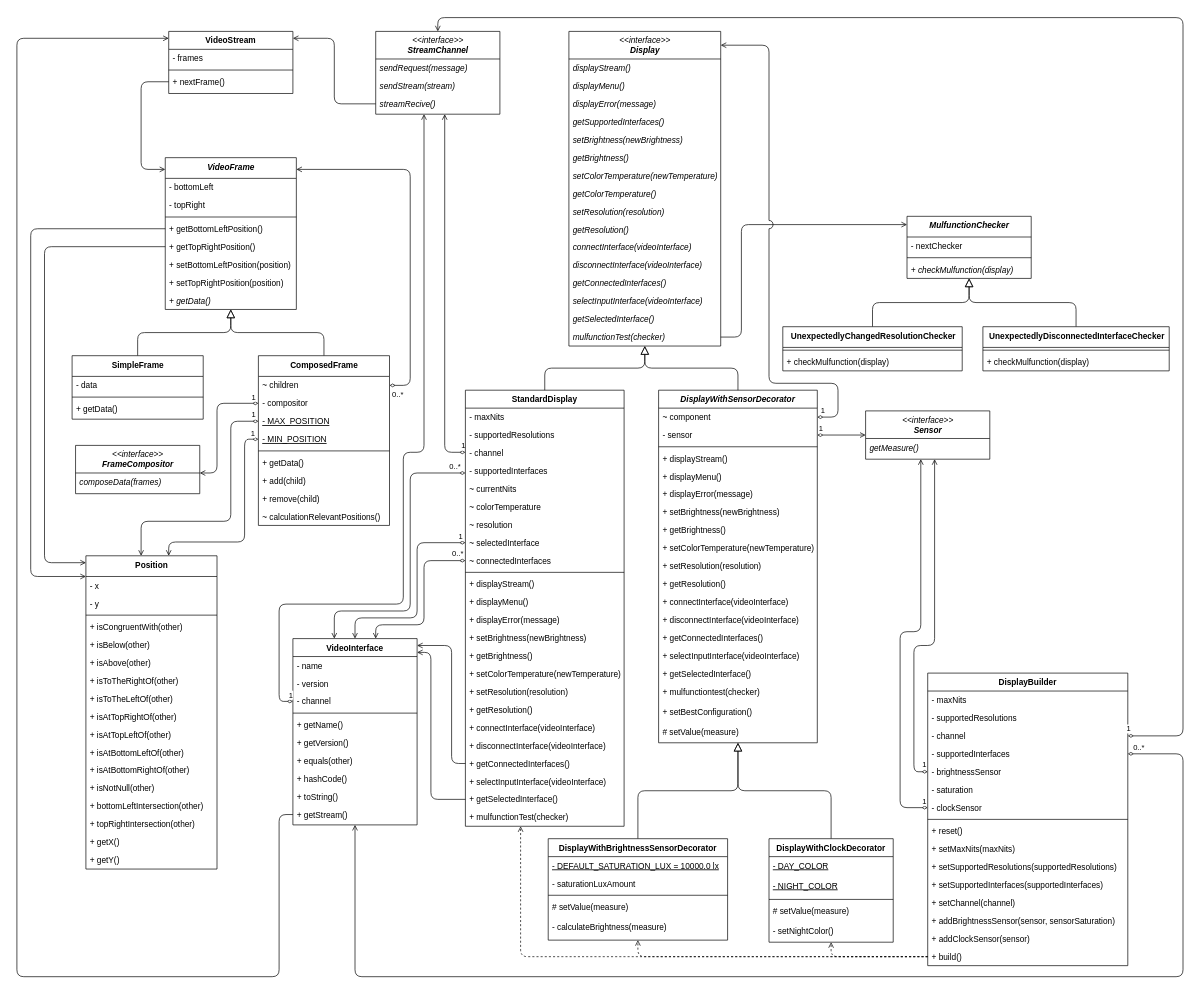
Before: page "NoTypes" (1 of 3) of relazione/diagramma/ClassDiagramm.drawio in dichohnf/mp_2023-24, a draw.io diagram. Source tidied: cells renumbered, new cells numbered last; positions are measured from the earlier drawing's top-left corner, leaving out a move shared by most shapes. Both pictures are drawn from the tidied source at 69%, with x=0, y=0 at pixel (17, 17).
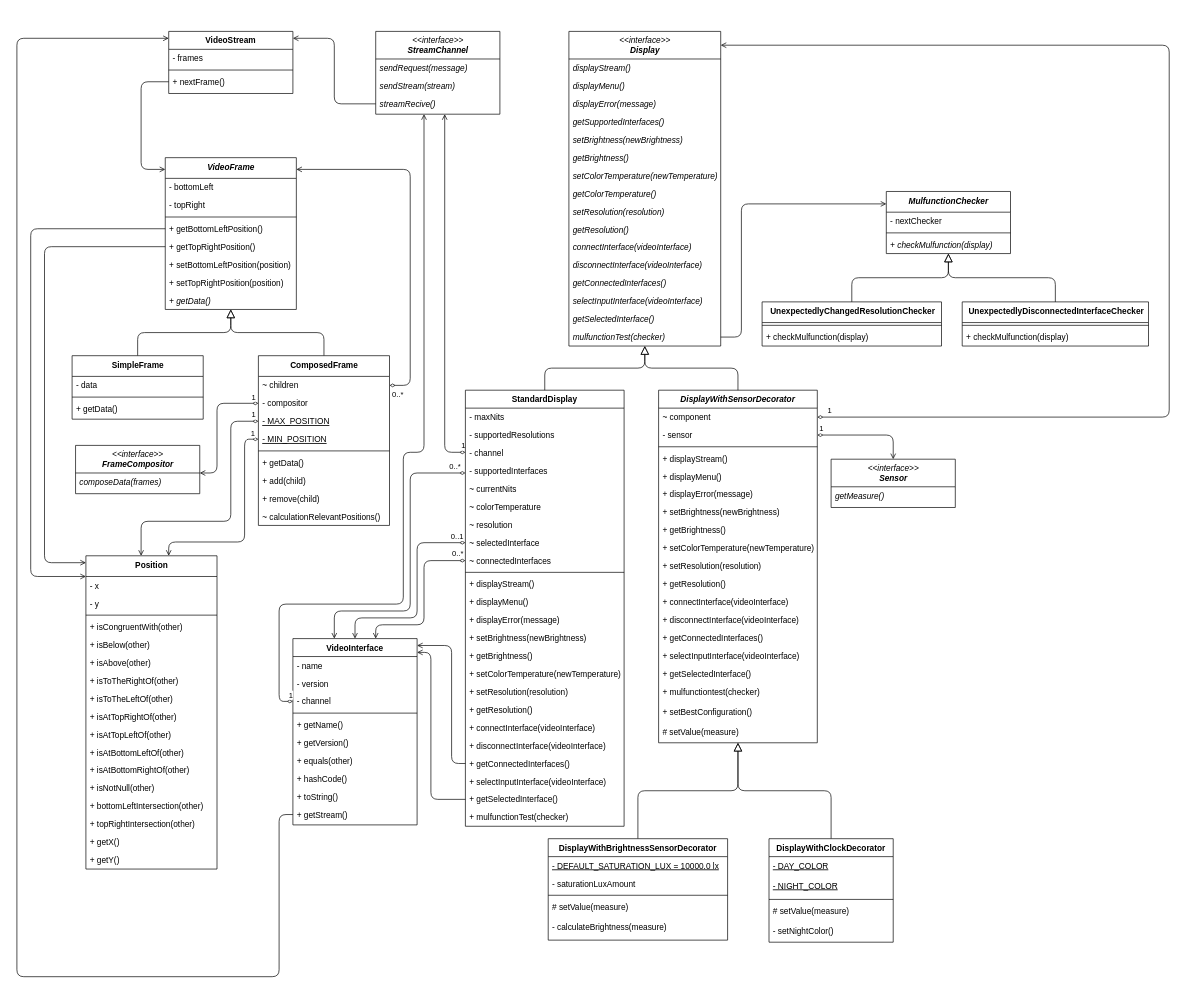
After the change.

Unchanged cells that the change refers to:
```xml
<mxCell id="4" value="&lt;span style=&quot;font-weight: normal;&quot;&gt;&amp;lt;&amp;lt;interface&amp;gt;&amp;gt;&lt;/span&gt;&lt;br&gt;Display" style="swimlane;fontStyle=3;align=center;verticalAlign=top;horizontal=1;startSize=40;rounded=0;shadow=0;strokeWidth=1;html=1;" parent="1" vertex="1">
  <mxGeometry x="800" y="20" width="220" height="456" as="geometry" />
</mxCell>
<mxCell id="20" value="mulfunctionTest(checker)" style="text;align=left;verticalAlign=top;spacingLeft=4;spacingRight=4;overflow=hidden;points=[[0,0.5],[1,0.5]];portConstraint=eastwest;fontStyle=2;" parent="4" vertex="1">
  <mxGeometry y="430" width="220" height="26" as="geometry" />
</mxCell>
<mxCell id="21" value="StandardDisplay" style="swimlane;fontStyle=1;align=center;verticalAlign=top;horizontal=1;startSize=26;rounded=0;shadow=0;strokeWidth=1;" parent="1" vertex="1">
  <mxGeometry x="650" y="540" width="230" height="632" as="geometry" />
</mxCell>
<mxCell id="48" value="~ component" style="text;align=left;verticalAlign=top;spacingLeft=4;spacingRight=4;overflow=hidden;points=[[0,0.5],[1,0.5]];portConstraint=eastwest;" parent="47" vertex="1">
  <mxGeometry y="26" width="230" height="26" as="geometry" />
</mxCell>
<mxCell id="70" value="DisplayWithBrightnessSensorDecorator" style="swimlane;fontStyle=1;align=center;verticalAlign=top;horizontal=1;startSize=26;rounded=0;shadow=0;strokeWidth=1;" parent="1" vertex="1">
  <mxGeometry x="770" y="1190" width="260" height="147" as="geometry" />
</mxCell>
<mxCell id="77" value="DisplayWithClockDecorator" style="swimlane;fontStyle=1;align=center;verticalAlign=top;horizontal=1;startSize=26;rounded=0;shadow=0;strokeWidth=1;" parent="1" vertex="1">
  <mxGeometry x="1090" y="1190" width="180" height="150" as="geometry" />
</mxCell>
<mxCell id="84" value="&lt;span style=&quot;font-weight: normal;&quot;&gt;&amp;lt;&amp;lt;interface&amp;gt;&amp;gt;&lt;/span&gt;&lt;br&gt;StreamChannel" style="swimlane;fontStyle=3;align=center;verticalAlign=top;horizontal=1;startSize=40;rounded=0;shadow=0;strokeWidth=1;html=1;" parent="1" vertex="1">
  <mxGeometry x="520" y="20" width="180" height="120" as="geometry" />
</mxCell>
<mxCell id="114" value="VideoInterface" style="swimlane;fontStyle=1;align=center;verticalAlign=top;horizontal=1;startSize=26;rounded=0;shadow=0;strokeWidth=1;" parent="1" vertex="1">
  <mxGeometry x="400" y="900" width="180" height="270" as="geometry" />
</mxCell>
<mxCell id="139" style="edgeStyle=orthogonalEdgeStyle;shape=connector;curved=0;rounded=1;jettySize=auto;html=1;shadow=0;strokeColor=default;strokeWidth=1;align=center;verticalAlign=middle;fontFamily=Helvetica;fontSize=11;fontColor=default;labelBackgroundColor=default;elbow=vertical;startArrow=diamondThin;startFill=0;endArrow=open;endFill=0;endSize=6;" parent="1" edge="1" source="29" target="114">
  <mxGeometry relative="1" as="geometry">
    <Array as="points">
      <mxPoint x="580" y="761" />
      <mxPoint x="580" y="870" />
      <mxPoint x="490" y="870" />
    </Array>
  </mxGeometry>
</mxCell>
```

Diff of the diagram source:
```diff
@@
     <mxCell id="68" style="endArrow=open;shadow=0;strokeWidth=1;rounded=1;endFill=1;edgeStyle=orthogonalEdgeStyle;elbow=vertical;" parent="1" edge="1" source="20" target="141">
       <mxGeometry x="0.5" y="41" relative="1" as="geometry">
         <Array as="points">
           <mxPoint x="1050" y="463" />
-          <mxPoint x="1050" y="300" />
+          <mxPoint x="1050" y="270" />
         </Array>
         <mxPoint x="-40" y="32" as="offset" />
       </mxGeometry>
     </mxCell>
@@
-    <mxCell id="88" style="edgeStyle=orthogonalEdgeStyle;shape=connector;rounded=1;jettySize=auto;elbow=vertical;html=1;shadow=0;strokeColor=default;strokeWidth=1;align=center;verticalAlign=middle;fontFamily=Helvetica;fontSize=11;fontColor=default;labelBackgroundColor=default;endArrow=open;endFill=0;endSize=6;dashed=1;" parent="1" edge="1" source="107" target="77">
-      <mxGeometry relative="1" as="geometry">
-        <Array as="points">
-          <mxPoint x="1180" y="1361" />
-        </Array>
-      </mxGeometry>
-    </mxCell>
-    <mxCell id="89" style="edgeStyle=orthogonalEdgeStyle;shape=connector;rounded=1;jettySize=auto;elbow=vertical;html=1;shadow=0;strokeColor=default;strokeWidth=1;align=center;verticalAlign=middle;fontFamily=Helvetica;fontSize=11;fontColor=default;labelBackgroundColor=default;endArrow=open;endFill=0;endSize=6;dashed=1;" parent="1" edge="1" source="107" target="70">
-      <mxGeometry relative="1" as="geometry" />
-    </mxCell>
-    <mxCell id="90" style="edgeStyle=orthogonalEdgeStyle;shape=connector;rounded=1;jettySize=auto;elbow=vertical;html=1;shadow=0;strokeColor=default;strokeWidth=1;align=center;verticalAlign=middle;fontFamily=Helvetica;fontSize=11;fontColor=default;labelBackgroundColor=default;endArrow=open;endFill=0;endSize=6;dashed=1;" parent="1" edge="1" source="107" target="21">
-      <mxGeometry relative="1" as="geometry">
-        <Array as="points">
-          <mxPoint x="730" y="1361" />
-        </Array>
-      </mxGeometry>
-    </mxCell>
-    <mxCell id="91" value="DisplayBuilder" style="swimlane;fontStyle=1;align=center;verticalAlign=top;horizontal=1;startSize=26;rounded=0;shadow=0;strokeWidth=1;" parent="1" vertex="1">
-      <mxGeometry x="1320" y="950" width="290" height="424" as="geometry" />
-    </mxCell>
-    <mxCell id="92" value="- maxNits" style="text;align=left;verticalAlign=top;spacingLeft=4;spacingRight=4;overflow=hidden;" parent="91" vertex="1">
-      <mxGeometry y="26" width="290" height="26" as="geometry" />
-    </mxCell>
-    <mxCell id="93" value="- supportedResolutions" style="text;align=left;verticalAlign=top;spacingLeft=4;spacingRight=4;overflow=hidden;" parent="91" vertex="1">
-      <mxGeometry y="52" width="290" height="26" as="geometry" />
-    </mxCell>
-    <mxCell id="94" value="- channel" style="text;align=left;verticalAlign=top;spacingLeft=4;spacingRight=4;overflow=hidden;points=[[0,0.5],[1,0.5]];portConstraint=eastwest;fontStyle=0;" parent="91" vertex="1">
-      <mxGeometry y="78" width="290" height="26" as="geometry" />
-    </mxCell>
-    <mxCell id="95" value="- supportedInterfaces" style="text;align=left;verticalAlign=top;spacingLeft=4;spacingRight=4;overflow=hidden;points=[[0,0.5],[1,0.5]];portConstraint=eastwest;fontStyle=0;" parent="91" vertex="1">
-      <mxGeometry y="104" width="290" height="26" as="geometry" />
-    </mxCell>
-    <mxCell id="96" value="- brightnessSensor" style="text;align=left;verticalAlign=top;spacingLeft=4;spacingRight=4;overflow=hidden;points=[[0,0.5],[1,0.5]];portConstraint=eastwest;fontStyle=0;" parent="91" vertex="1">
-      <mxGeometry y="130" width="290" height="26" as="geometry" />
-    </mxCell>
-    <mxCell id="97" value="- saturation" style="text;align=left;verticalAlign=top;spacingLeft=4;spacingRight=4;overflow=hidden;fontStyle=0;" parent="91" vertex="1">
-      <mxGeometry y="156" width="290" height="26" as="geometry" />
-    </mxCell>
-    <mxCell id="98" value="- clockSensor" style="text;align=left;verticalAlign=top;spacingLeft=4;spacingRight=4;overflow=hidden;points=[[0,0.5],[1,0.5]];portConstraint=eastwest;fontStyle=0;" parent="91" vertex="1">
-      <mxGeometry y="182" width="290" height="26" as="geometry" />
-    </mxCell>
-    <mxCell id="99" style="line;html=1;strokeWidth=1;align=left;verticalAlign=middle;spacingTop=-1;spacingLeft=3;spacingRight=3;labelPosition=right;" parent="91" vertex="1">
-      <mxGeometry y="208" width="290" height="8" as="geometry" />
-    </mxCell>
-    <mxCell id="100" value="+ reset()" style="text;align=left;verticalAlign=top;spacingLeft=4;spacingRight=4;overflow=hidden;fontStyle=0;" parent="91" vertex="1">
-      <mxGeometry y="216" width="290" height="26" as="geometry" />
-    </mxCell>
-    <mxCell id="101" value="+ setMaxNits(maxNits)" style="text;align=left;verticalAlign=top;spacingLeft=4;spacingRight=4;overflow=hidden;fontStyle=0;" parent="91" vertex="1">
-      <mxGeometry y="242" width="290" height="26" as="geometry" />
-    </mxCell>
-    <mxCell id="102" value="+ setSupportedResolutions(supportedResolutions)" style="text;align=left;verticalAlign=top;spacingLeft=4;spacingRight=4;overflow=hidden;fontStyle=0;" parent="91" vertex="1">
-      <mxGeometry y="268" width="290" height="26" as="geometry" />
-    </mxCell>
-    <mxCell id="103" value="+ setSupportedInterfaces(supportedInterfaces)" style="text;align=left;verticalAlign=top;spacingLeft=4;spacingRight=4;overflow=hidden;fontStyle=0;" parent="91" vertex="1">
-      <mxGeometry y="294" width="290" height="26" as="geometry" />
-    </mxCell>
-    <mxCell id="104" value="+ setChannel(channel)" style="text;align=left;verticalAlign=top;spacingLeft=4;spacingRight=4;overflow=hidden;fontStyle=0;" parent="91" vertex="1">
-      <mxGeometry y="320" width="290" height="26" as="geometry" />
-    </mxCell>
-    <mxCell id="105" value="+ addBrightnessSensor(sensor, sensorSaturation)" style="text;align=left;verticalAlign=top;spacingLeft=4;spacingRight=4;overflow=hidden;fontStyle=0;" parent="91" vertex="1">
-      <mxGeometry y="346" width="290" height="26" as="geometry" />
-    </mxCell>
-    <mxCell id="106" value="+ addClockSensor(sensor)" style="text;align=left;verticalAlign=top;spacingLeft=4;spacingRight=4;overflow=hidden;fontStyle=0;" parent="91" vertex="1">
-      <mxGeometry y="372" width="290" height="26" as="geometry" />
-    </mxCell>
-    <mxCell id="107" value="+ build()" style="text;align=left;verticalAlign=top;spacingLeft=4;spacingRight=4;overflow=hidden;points=[[0,0.5],[1,0.5]];portConstraint=eastwest;fontStyle=0;" parent="91" vertex="1">
-      <mxGeometry y="398" width="290" height="26" as="geometry" />
-    </mxCell>
-    <mxCell id="108" style="edgeStyle=orthogonalEdgeStyle;shape=connector;rounded=1;jettySize=auto;elbow=vertical;html=1;shadow=0;strokeColor=default;strokeWidth=1;align=center;verticalAlign=middle;fontFamily=Helvetica;fontSize=11;fontColor=default;labelBackgroundColor=default;startArrow=diamondThin;startFill=0;endArrow=open;endFill=0;endSize=6;jumpStyle=arc;jumpSize=16;" parent="1" edge="1" source="94" target="84">
-      <mxGeometry relative="1" as="geometry">
-        <Array as="points">
-          <mxPoint x="1690" y="1041" />
-          <mxPoint x="1690" />
-          <mxPoint x="610" />
-        </Array>
-      </mxGeometry>
-    </mxCell>
-    <mxCell id="109" value="1" style="edgeLabel;html=1;align=center;verticalAlign=middle;fontFamily=Helvetica;fontSize=11;fontColor=default;labelBackgroundColor=default;" parent="108" vertex="1">
-      <mxGeometry x="-1" y="1" relative="1" as="geometry">
-        <mxPoint y="-10" as="offset" />
-      </mxGeometry>
-    </mxCell>
     <mxCell id="110" value="&lt;span style=&quot;font-weight: normal;&quot;&gt;&amp;lt;&amp;lt;interface&amp;gt;&amp;gt;&lt;/span&gt;&lt;br&gt;Sensor" style="swimlane;fontStyle=3;align=center;verticalAlign=top;horizontal=1;startSize=40;rounded=0;shadow=0;strokeWidth=1;html=1;" parent="1" vertex="1">
-      <mxGeometry x="1230" y="570" width="180" height="70" as="geometry" />
+      <mxGeometry x="1180" y="640" width="180" height="70" as="geometry" />
     </mxCell>
@@
-    <mxCell id="131" style="edgeStyle=orthogonalEdgeStyle;shape=connector;curved=0;rounded=1;jettySize=auto;html=1;shadow=0;strokeColor=default;strokeWidth=1;align=center;verticalAlign=middle;fontFamily=Helvetica;fontSize=11;fontColor=default;labelBackgroundColor=default;elbow=vertical;startArrow=diamondThin;startFill=0;endArrow=open;endFill=0;endSize=6;" parent="1" edge="1" source="95" target="114">
-      <mxGeometry relative="1" as="geometry">
-        <Array as="points">
-          <mxPoint x="1690" y="1067" />
-          <mxPoint x="1690" y="1390" />
-          <mxPoint x="490" y="1390" />
-        </Array>
-      </mxGeometry>
-    </mxCell>
-    <mxCell id="132" value="0..*" style="edgeLabel;html=1;align=center;verticalAlign=middle;fontFamily=Helvetica;fontSize=11;fontColor=default;labelBackgroundColor=default;" parent="131" vertex="1">
-      <mxGeometry x="-0.99" y="-2" relative="1" as="geometry">
-        <mxPoint x="6" y="-12" as="offset" />
-      </mxGeometry>
-    </mxCell>
-    <mxCell id="133" style="edgeStyle=orthogonalEdgeStyle;shape=connector;curved=0;rounded=1;jettySize=auto;html=1;shadow=0;strokeColor=default;strokeWidth=1;align=center;verticalAlign=middle;fontFamily=Helvetica;fontSize=11;fontColor=default;labelBackgroundColor=default;elbow=vertical;startArrow=diamondThin;startFill=0;endArrow=open;endFill=0;endSize=6;" parent="1" edge="1" source="96" target="110">
-      <mxGeometry relative="1" as="geometry">
-        <Array as="points">
-          <mxPoint x="1300" y="1093" />
-          <mxPoint x="1300" y="910" />
-          <mxPoint x="1330" y="910" />
-        </Array>
-      </mxGeometry>
-    </mxCell>
-    <mxCell id="134" value="1" style="edgeLabel;html=1;align=center;verticalAlign=middle;fontFamily=Helvetica;fontSize=11;fontColor=default;labelBackgroundColor=default;" parent="133" vertex="1">
-      <mxGeometry x="-0.98" y="-1" relative="1" as="geometry">
-        <mxPoint x="-1" y="-10" as="offset" />
-      </mxGeometry>
-    </mxCell>
-    <mxCell id="135" style="edgeStyle=orthogonalEdgeStyle;shape=connector;curved=0;rounded=1;jettySize=auto;html=1;shadow=0;strokeColor=default;strokeWidth=1;align=center;verticalAlign=middle;fontFamily=Helvetica;fontSize=11;fontColor=default;labelBackgroundColor=default;elbow=vertical;startArrow=diamondThin;startFill=0;endArrow=open;endFill=0;endSize=6;" parent="1" edge="1" source="98" target="110">
-      <mxGeometry relative="1" as="geometry">
-        <Array as="points">
-          <mxPoint x="1280" y="1145" />
-          <mxPoint x="1280" y="890" />
-          <mxPoint x="1310" y="890" />
-        </Array>
-      </mxGeometry>
-    </mxCell>
-    <mxCell id="136" value="1" style="edgeLabel;html=1;align=center;verticalAlign=middle;fontFamily=Helvetica;fontSize=11;fontColor=default;labelBackgroundColor=default;" parent="135" vertex="1">
-      <mxGeometry x="-0.98" relative="1" as="geometry">
-        <mxPoint y="-10" as="offset" />
-      </mxGeometry>
-    </mxCell>
     <mxCell id="137" style="edgeStyle=orthogonalEdgeStyle;shape=connector;curved=0;rounded=1;jettySize=auto;html=1;shadow=0;strokeColor=default;strokeWidth=1;align=center;verticalAlign=middle;fontFamily=Helvetica;fontSize=11;fontColor=default;labelBackgroundColor=default;elbow=vertical;startArrow=diamondThin;startFill=0;endArrow=open;endFill=0;endSize=6;jumpStyle=arc;jumpSize=12;" parent="1" edge="1" source="48" target="4">
       <mxGeometry relative="1" as="geometry">
         <Array as="points">
-          <mxPoint x="1190" y="579" />
-          <mxPoint x="1190" y="530" />
-          <mxPoint x="1090" y="530" />
-          <mxPoint x="1090" y="40" />
+          <mxPoint x="1670" y="579" />
+          <mxPoint x="1670" y="40" />
         </Array>
       </mxGeometry>
     </mxCell>
@@
-    <mxCell id="140" value="1" style="edgeLabel;html=1;align=center;verticalAlign=middle;fontFamily=Helvetica;fontSize=11;fontColor=default;labelBackgroundColor=default;" parent="139" vertex="1">
+    <mxCell id="140" value="0..1" style="edgeLabel;html=1;align=center;verticalAlign=middle;fontFamily=Helvetica;fontSize=11;fontColor=default;labelBackgroundColor=default;" parent="139" vertex="1">
       <mxGeometry x="-0.96" relative="1" as="geometry">
-        <mxPoint x="-2" y="-10" as="offset" />
+        <mxPoint x="-7" y="-10" as="offset" />
       </mxGeometry>
     </mxCell>
     <mxCell id="141" value="MulfunctionChecker" style="swimlane;fontStyle=3;align=center;verticalAlign=top;horizontal=1;startSize=30;rounded=0;shadow=0;strokeWidth=1;html=1;" parent="1" vertex="1">
-      <mxGeometry x="1290" y="288" width="180" height="90" as="geometry" />
+      <mxGeometry x="1260" y="252" width="180" height="90" as="geometry" />
     </mxCell>
@@
     <mxCell id="146" value="&lt;span style=&quot;padding: 0px 0px 0px 2px;&quot;&gt;&lt;span style=&quot;white-space-collapse: preserve; background-color: rgb(255, 255, 255); font-style: normal;&quot;&gt;&lt;font style=&quot;font-size: 12px;&quot; face=&quot;Helvetica&quot;&gt;UnexpectedlyChangedResolutionChecker&lt;/font&gt;&lt;/span&gt;&lt;/span&gt;" style="swimlane;fontStyle=3;align=center;verticalAlign=top;horizontal=1;startSize=30;rounded=0;shadow=0;strokeWidth=1;html=1;" parent="1" vertex="1">
-      <mxGeometry x="1110" y="448" width="260" height="64" as="geometry" />
+      <mxGeometry x="1080" y="412" width="260" height="64" as="geometry" />
     </mxCell>
@@
     <mxCell id="150" value="&lt;span style=&quot;padding: 0px 0px 0px 2px;&quot;&gt;&lt;span style=&quot;white-space-collapse: preserve; background-color: rgb(255, 255, 255); font-style: normal;&quot;&gt;&lt;font style=&quot;font-size: 12px;&quot;&gt;UnexpectedlyDisconnectedInterfaceChecker&lt;/font&gt;&lt;/span&gt;&lt;/span&gt;" style="swimlane;fontStyle=3;align=center;verticalAlign=top;horizontal=1;startSize=30;rounded=0;shadow=0;strokeWidth=1;html=1;" parent="1" vertex="1">
-      <mxGeometry x="1400" y="448" width="270" height="64" as="geometry" />
+      <mxGeometry x="1370" y="412" width="270" height="64" as="geometry" />
     </mxCell>
```
